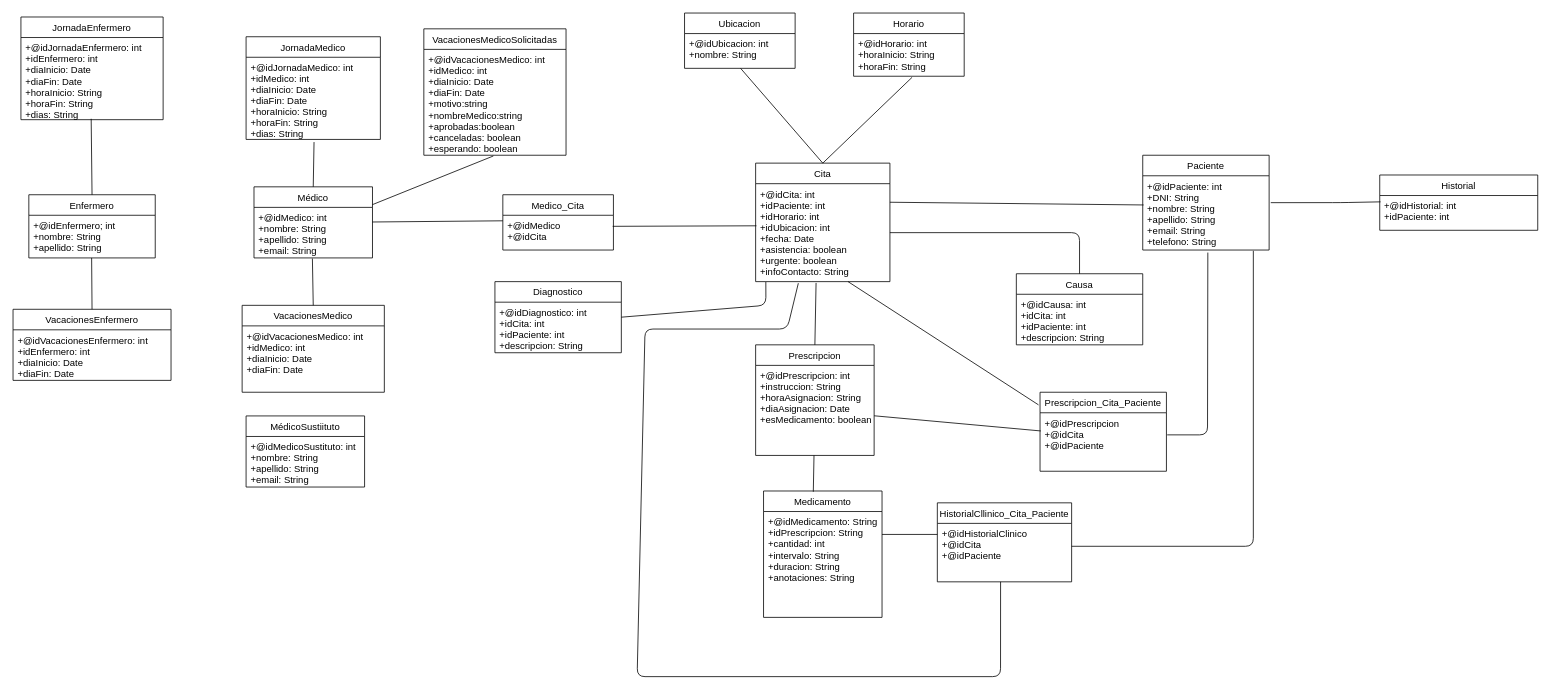
nicomencia/IPS21_L33 keeps this draw.io diagram as BBDD/diseño/DiagramaIPS.G IPS.drawio. Above is the earlier version. Source tidied: cells renumbered, new cells numbered last; positions are measured from the earlier drawing's top-left corner, leaving out a move shared by most shapes. Both pictures are drawn from the tidied source at 79%, with x=0, y=0 at pixel (13, 13).
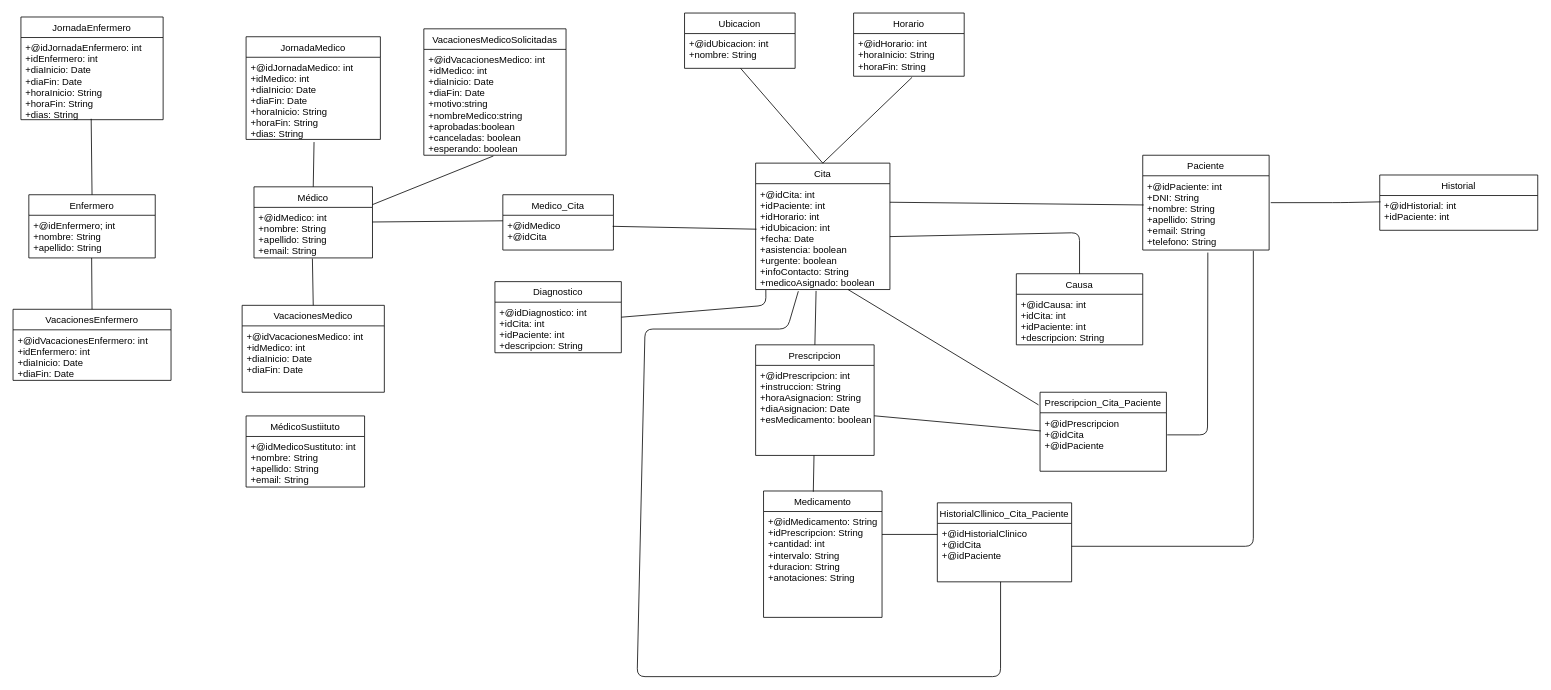
The same page after the edit.

Commit message (it also covers changes not shown here):
Nueva bbdd cita.medicoasignado

What changed in the source:
```diff
@@
     <mxCell id="28" value="Cita" style="swimlane;fontStyle=0;horizontal=1;startSize=26;fillColor=none;" parent="1" vertex="1">
-      <mxGeometry x="940" y="190" width="170" height="150" as="geometry" />
+      <mxGeometry x="940" y="190" width="170" height="160" as="geometry" />
     </mxCell>
-    <mxCell id="29" value="+@idCita: int&#10;+idPaciente: int&#10;+idHorario: int&#10;+idUbicacion: int&#10;+fecha: Date&#10;+asistencia: boolean&#10;+urgente: boolean&#10;+infoContacto: String" style="text;strokeColor=none;fillColor=none;align=left;verticalAlign=top;spacingLeft=4;spacingRight=4;overflow=hidden;points=[[0,0.5],[1,0.5]];portConstraint=eastwest;" parent="28" vertex="1">
-      <mxGeometry y="26" width="170" height="124" as="geometry" />
+    <mxCell id="29" value="+@idCita: int&#10;+idPaciente: int&#10;+idHorario: int&#10;+idUbicacion: int&#10;+fecha: Date&#10;+asistencia: boolean&#10;+urgente: boolean&#10;+infoContacto: String&#10;+medicoAsignado: boolean" style="text;strokeColor=none;fillColor=none;align=left;verticalAlign=top;spacingLeft=4;spacingRight=4;overflow=hidden;points=[[0,0.5],[1,0.5]];portConstraint=eastwest;" parent="28" vertex="1">
+      <mxGeometry y="26" width="170" height="134" as="geometry" />
     </mxCell>
```
